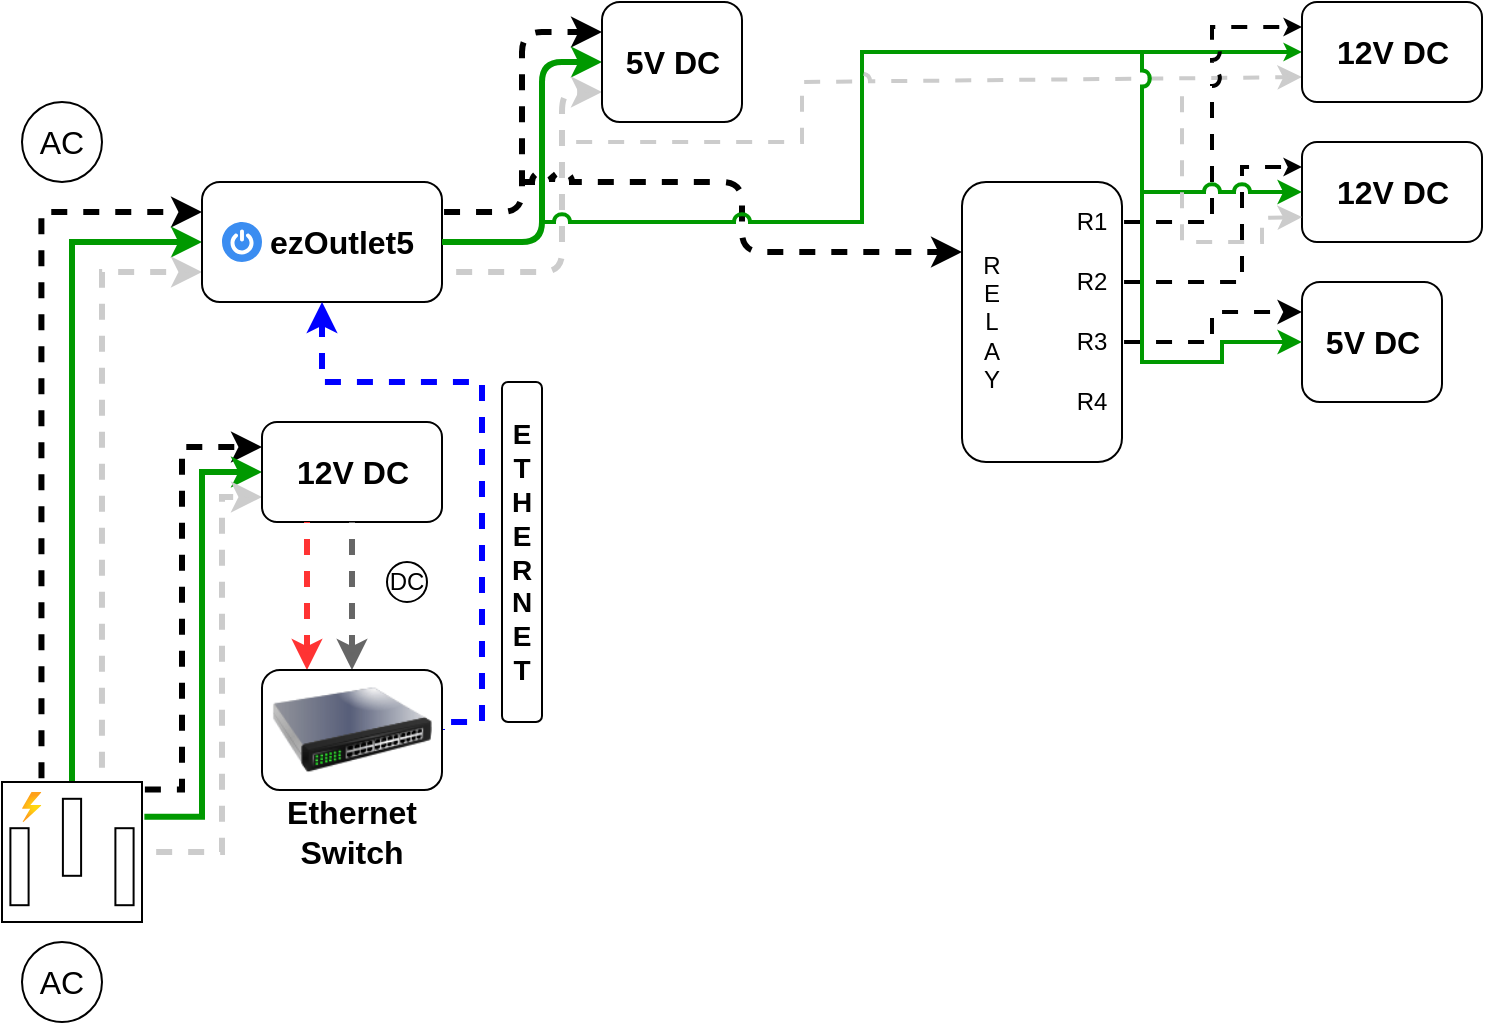
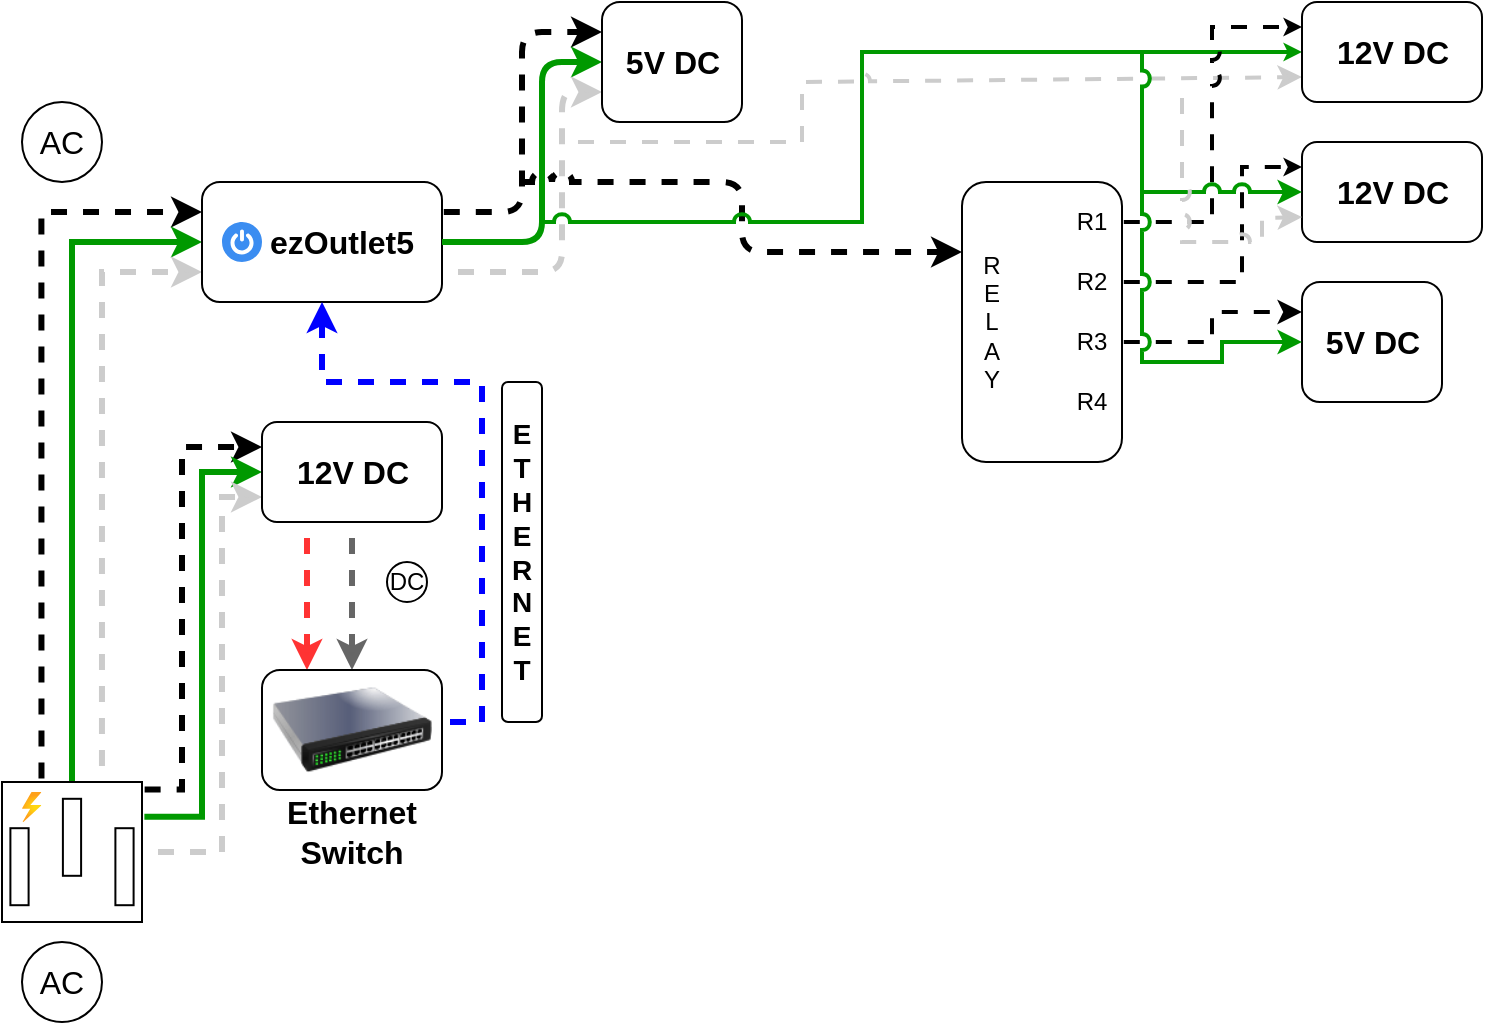
<mxfile host="app.diagrams.net" agent="Mozilla/5.0 (Windows NT 10.0; Win64; x64) AppleWebKit/537.36 (KHTML, like Gecko) Chrome/131.0.0.0 Safari/537.36 Edg/131.0.0.0" version="25.0.3">
  <diagram name="Page-1" id="VlRkN-xOVygPYa-iD9Ir">
    <mxGraphModel dx="420" dy="263" grid="1" gridSize="10" guides="1" tooltips="1" connect="1" arrows="1" fold="1" page="1" pageScale="1" pageWidth="1169" pageHeight="827" background="none" math="0" shadow="0">
      <root>
        <mxCell id="0" />
        <mxCell id="1" parent="0" />
        <mxCell id="JVLtuT8sySUBbFbLTn6r-3" style="edgeStyle=orthogonalEdgeStyle;rounded=0;orthogonalLoop=1;jettySize=auto;html=1;entryX=0;entryY=0.25;entryDx=0;entryDy=0;exitX=0.282;exitY=-0.013;exitDx=0;exitDy=0;exitPerimeter=0;strokeWidth=3;flowAnimation=1;flowAnimationDirection=alternate;flowAnimationTimingFunction=ease-in-out;flowAnimationDuration=1500;" edge="1" parent="1" source="pD8juBFKP1GN8B8eYQTb-1" target="pD8juBFKP1GN8B8eYQTb-3">
          <mxGeometry relative="1" as="geometry" />
        </mxCell>
        <mxCell id="JVLtuT8sySUBbFbLTn6r-4" style="edgeStyle=orthogonalEdgeStyle;rounded=0;orthogonalLoop=1;jettySize=auto;html=1;exitX=0.5;exitY=0;exitDx=0;exitDy=0;exitPerimeter=0;entryX=0;entryY=0.5;entryDx=0;entryDy=0;strokeColor=#009900;strokeWidth=3;" edge="1" parent="1" source="pD8juBFKP1GN8B8eYQTb-1" target="pD8juBFKP1GN8B8eYQTb-3">
          <mxGeometry relative="1" as="geometry" />
        </mxCell>
        <mxCell id="JVLtuT8sySUBbFbLTn6r-5" style="edgeStyle=orthogonalEdgeStyle;rounded=0;orthogonalLoop=1;jettySize=auto;html=1;entryX=0;entryY=0.75;entryDx=0;entryDy=0;exitX=0.714;exitY=0;exitDx=0;exitDy=0;exitPerimeter=0;strokeWidth=3;strokeColor=#CCCCCC;flowAnimation=1;flowAnimationDirection=alternate-reverse;flowAnimationTimingFunction=ease-in-out;" edge="1" parent="1" source="pD8juBFKP1GN8B8eYQTb-1" target="pD8juBFKP1GN8B8eYQTb-3">
          <mxGeometry relative="1" as="geometry">
            <mxPoint x="120" y="320" as="targetPoint" />
          </mxGeometry>
        </mxCell>
        <mxCell id="JVLtuT8sySUBbFbLTn6r-6" style="edgeStyle=orthogonalEdgeStyle;rounded=0;orthogonalLoop=1;jettySize=auto;html=1;entryX=0;entryY=0.25;entryDx=0;entryDy=0;exitX=1.006;exitY=0.054;exitDx=0;exitDy=0;exitPerimeter=0;strokeWidth=3;flowAnimation=1;flowAnimationDirection=alternate;flowAnimationTimingFunction=ease-in-out;flowAnimationDuration=1500;" edge="1" parent="1" source="pD8juBFKP1GN8B8eYQTb-1" target="pD8juBFKP1GN8B8eYQTb-24">
          <mxGeometry relative="1" as="geometry">
            <Array as="points">
              <mxPoint x="120" y="404" />
              <mxPoint x="120" y="233" />
            </Array>
          </mxGeometry>
        </mxCell>
        <mxCell id="JVLtuT8sySUBbFbLTn6r-7" style="edgeStyle=orthogonalEdgeStyle;rounded=0;orthogonalLoop=1;jettySize=auto;html=1;entryX=0;entryY=0.5;entryDx=0;entryDy=0;exitX=1.017;exitY=0.249;exitDx=0;exitDy=0;exitPerimeter=0;strokeWidth=3;strokeColor=#009900;" edge="1" parent="1" source="pD8juBFKP1GN8B8eYQTb-1" target="pD8juBFKP1GN8B8eYQTb-24">
          <mxGeometry relative="1" as="geometry" />
        </mxCell>
        <mxCell id="JVLtuT8sySUBbFbLTn6r-8" style="edgeStyle=orthogonalEdgeStyle;rounded=0;orthogonalLoop=1;jettySize=auto;html=1;entryX=0;entryY=0.75;entryDx=0;entryDy=0;strokeColor=#CCCCCC;strokeWidth=3;flowAnimation=1;flowAnimationDirection=alternate-reverse;flowAnimationTimingFunction=ease-in-out;" edge="1" parent="1" source="pD8juBFKP1GN8B8eYQTb-1" target="pD8juBFKP1GN8B8eYQTb-24">
          <mxGeometry relative="1" as="geometry">
            <Array as="points">
              <mxPoint x="140" y="435" />
              <mxPoint x="140" y="258" />
            </Array>
          </mxGeometry>
        </mxCell>
        <mxCell id="JVLtuT8sySUBbFbLTn6r-1" value="" style="group" vertex="1" connectable="0" parent="1">
          <mxGeometry x="30" y="480" width="60" height="40" as="geometry" />
        </mxCell>
        <mxCell id="pD8juBFKP1GN8B8eYQTb-22" value="AC" style="text;html=1;align=center;verticalAlign=middle;whiteSpace=wrap;rounded=0;fontSize=16;" parent="JVLtuT8sySUBbFbLTn6r-1" vertex="1">
          <mxGeometry y="5" width="60" height="30" as="geometry" />
        </mxCell>
        <mxCell id="pD8juBFKP1GN8B8eYQTb-23" value="" style="ellipse;whiteSpace=wrap;html=1;fillColor=none;" parent="JVLtuT8sySUBbFbLTn6r-1" vertex="1">
          <mxGeometry x="10" width="40" height="40" as="geometry" />
        </mxCell>
        <mxCell id="JVLtuT8sySUBbFbLTn6r-2" value="" style="group" vertex="1" connectable="0" parent="1">
          <mxGeometry x="30" y="60" width="60" height="40" as="geometry" />
        </mxCell>
        <mxCell id="pD8juBFKP1GN8B8eYQTb-9" value="" style="ellipse;whiteSpace=wrap;html=1;fillColor=none;" parent="JVLtuT8sySUBbFbLTn6r-2" vertex="1">
          <mxGeometry x="10" width="40" height="40" as="geometry" />
        </mxCell>
        <mxCell id="pD8juBFKP1GN8B8eYQTb-11" value="AC" style="text;html=1;align=center;verticalAlign=middle;whiteSpace=wrap;rounded=0;fontSize=16;" parent="JVLtuT8sySUBbFbLTn6r-2" vertex="1">
          <mxGeometry y="5" width="60" height="30" as="geometry" />
        </mxCell>
        <mxCell id="JVLtuT8sySUBbFbLTn6r-9" value="" style="group" vertex="1" connectable="0" parent="1">
          <mxGeometry x="130" y="100" width="120" height="60" as="geometry" />
        </mxCell>
        <mxCell id="JVLtuT8sySUBbFbLTn6r-16" value="" style="group" vertex="1" connectable="0" parent="JVLtuT8sySUBbFbLTn6r-9">
          <mxGeometry width="120" height="60" as="geometry" />
        </mxCell>
        <mxCell id="pD8juBFKP1GN8B8eYQTb-3" value="" style="rounded=1;whiteSpace=wrap;html=1;" parent="JVLtuT8sySUBbFbLTn6r-16" vertex="1">
          <mxGeometry width="120" height="60" as="geometry" />
        </mxCell>
        <mxCell id="JVLtuT8sySUBbFbLTn6r-13" value="" style="sketch=0;html=1;aspect=fixed;strokeColor=none;shadow=0;fillColor=#3B8DF1;verticalAlign=top;labelPosition=center;verticalLabelPosition=bottom;shape=mxgraph.gcp2.a7_power" vertex="1" parent="JVLtuT8sySUBbFbLTn6r-16">
          <mxGeometry x="10" y="20" width="20" height="20" as="geometry" />
        </mxCell>
        <mxCell id="pD8juBFKP1GN8B8eYQTb-15" value="&lt;b&gt;ezOutlet5&lt;/b&gt;" style="text;html=1;align=center;verticalAlign=middle;whiteSpace=wrap;rounded=0;fontSize=16;" parent="JVLtuT8sySUBbFbLTn6r-16" vertex="1">
          <mxGeometry x="40" y="10" width="60" height="40" as="geometry" />
        </mxCell>
        <mxCell id="JVLtuT8sySUBbFbLTn6r-11" value="" style="group" vertex="1" connectable="0" parent="1">
          <mxGeometry x="160" y="220" width="90" height="50" as="geometry" />
        </mxCell>
        <mxCell id="JVLtuT8sySUBbFbLTn6r-72" value="" style="group" vertex="1" connectable="0" parent="JVLtuT8sySUBbFbLTn6r-11">
          <mxGeometry width="90" height="50" as="geometry" />
        </mxCell>
        <mxCell id="pD8juBFKP1GN8B8eYQTb-24" value="" style="rounded=1;whiteSpace=wrap;html=1;" parent="JVLtuT8sySUBbFbLTn6r-72" vertex="1">
          <mxGeometry width="90" height="50" as="geometry" />
        </mxCell>
        <mxCell id="JVLtuT8sySUBbFbLTn6r-10" value="&lt;font style=&quot;font-size: 16px;&quot;&gt;&lt;b&gt;12V DC&lt;/b&gt;&lt;/font&gt;" style="text;html=1;align=center;verticalAlign=middle;whiteSpace=wrap;rounded=0;" vertex="1" parent="JVLtuT8sySUBbFbLTn6r-72">
          <mxGeometry x="15.75" y="10" width="58.5" height="30" as="geometry" />
        </mxCell>
        <mxCell id="JVLtuT8sySUBbFbLTn6r-18" value="" style="group" vertex="1" connectable="0" parent="1">
          <mxGeometry x="30" y="400" width="70" height="70" as="geometry" />
        </mxCell>
        <mxCell id="pD8juBFKP1GN8B8eYQTb-1" value="" style="pointerEvents=1;verticalLabelPosition=bottom;shadow=0;dashed=0;align=center;html=1;verticalAlign=top;shape=mxgraph.electrical.miscellaneous.ac_out" parent="JVLtuT8sySUBbFbLTn6r-18" vertex="1">
          <mxGeometry width="70" height="70" as="geometry" />
        </mxCell>
        <mxCell id="JVLtuT8sySUBbFbLTn6r-12" value="" style="image;aspect=fixed;html=1;points=[];align=center;fontSize=12;image=img/lib/azure2/general/Power.svg;" vertex="1" parent="JVLtuT8sySUBbFbLTn6r-18">
          <mxGeometry x="10" y="5" width="9.72" height="15" as="geometry" />
        </mxCell>
        <mxCell id="JVLtuT8sySUBbFbLTn6r-23" style="edgeStyle=orthogonalEdgeStyle;rounded=0;orthogonalLoop=1;jettySize=auto;html=1;entryX=0.25;entryY=0;entryDx=0;entryDy=0;exitX=0.25;exitY=1;exitDx=0;exitDy=0;strokeColor=#FF3333;strokeWidth=3;flowAnimation=1;" edge="1" parent="1" source="pD8juBFKP1GN8B8eYQTb-24" target="JVLtuT8sySUBbFbLTn6r-19">
          <mxGeometry relative="1" as="geometry" />
        </mxCell>
        <mxCell id="JVLtuT8sySUBbFbLTn6r-28" value="" style="group" vertex="1" connectable="0" parent="1">
          <mxGeometry x="220" y="290" width="25" height="20" as="geometry" />
        </mxCell>
        <mxCell id="JVLtuT8sySUBbFbLTn6r-26" value="" style="ellipse;whiteSpace=wrap;html=1;aspect=fixed;" vertex="1" parent="JVLtuT8sySUBbFbLTn6r-28">
          <mxGeometry x="2.5" width="20" height="20" as="geometry" />
        </mxCell>
        <mxCell id="JVLtuT8sySUBbFbLTn6r-27" value="&lt;font&gt;DC&lt;/font&gt;" style="text;html=1;align=center;verticalAlign=middle;whiteSpace=wrap;rounded=0;" vertex="1" parent="JVLtuT8sySUBbFbLTn6r-28">
          <mxGeometry y="2.5" width="25" height="15" as="geometry" />
        </mxCell>
        <mxCell id="JVLtuT8sySUBbFbLTn6r-29" style="edgeStyle=orthogonalEdgeStyle;rounded=0;orthogonalLoop=1;jettySize=auto;html=1;exitX=0.5;exitY=1;exitDx=0;exitDy=0;entryX=0.5;entryY=0;entryDx=0;entryDy=0;strokeWidth=3;flowAnimation=1;strokeColor=#666666;" edge="1" parent="1" source="pD8juBFKP1GN8B8eYQTb-24" target="JVLtuT8sySUBbFbLTn6r-19">
          <mxGeometry relative="1" as="geometry" />
        </mxCell>
        <mxCell id="JVLtuT8sySUBbFbLTn6r-30" style="edgeStyle=orthogonalEdgeStyle;rounded=0;orthogonalLoop=1;jettySize=auto;html=1;exitX=1;exitY=0.5;exitDx=0;exitDy=0;entryX=0.5;entryY=1;entryDx=0;entryDy=0;strokeColor=#0000FF;strokeWidth=3;flowAnimation=1;" edge="1" parent="1" source="JVLtuT8sySUBbFbLTn6r-19" target="pD8juBFKP1GN8B8eYQTb-3">
          <mxGeometry relative="1" as="geometry">
            <Array as="points">
              <mxPoint x="270" y="370" />
              <mxPoint x="270" y="200" />
              <mxPoint x="190" y="200" />
            </Array>
          </mxGeometry>
        </mxCell>
        <mxCell id="JVLtuT8sySUBbFbLTn6r-31" value="" style="rounded=1;whiteSpace=wrap;html=1;" vertex="1" parent="1">
          <mxGeometry x="280" y="200" width="20" height="170" as="geometry" />
        </mxCell>
        <mxCell id="JVLtuT8sySUBbFbLTn6r-32" value="&lt;b&gt;&lt;font style=&quot;font-size: 14px;&quot;&gt;E&lt;/font&gt;&lt;/b&gt;&lt;div&gt;&lt;b&gt;&lt;font style=&quot;font-size: 14px;&quot;&gt;T&lt;/font&gt;&lt;/b&gt;&lt;/div&gt;&lt;div&gt;&lt;b&gt;&lt;font style=&quot;font-size: 14px;&quot;&gt;H&lt;/font&gt;&lt;/b&gt;&lt;/div&gt;&lt;div&gt;&lt;b&gt;&lt;font style=&quot;font-size: 14px;&quot;&gt;E&lt;/font&gt;&lt;/b&gt;&lt;/div&gt;&lt;div&gt;&lt;b&gt;&lt;font style=&quot;font-size: 14px;&quot;&gt;R&lt;/font&gt;&lt;/b&gt;&lt;/div&gt;&lt;div&gt;&lt;b&gt;&lt;font style=&quot;font-size: 14px;&quot;&gt;N&lt;/font&gt;&lt;/b&gt;&lt;/div&gt;&lt;div&gt;&lt;b&gt;&lt;font style=&quot;font-size: 14px;&quot;&gt;E&lt;/font&gt;&lt;/b&gt;&lt;/div&gt;&lt;div&gt;&lt;b&gt;&lt;font style=&quot;font-size: 14px;&quot;&gt;T&lt;/font&gt;&lt;/b&gt;&lt;/div&gt;" style="text;html=1;align=center;verticalAlign=middle;whiteSpace=wrap;rounded=0;" vertex="1" parent="1">
          <mxGeometry x="275" y="180" width="30" height="210" as="geometry" />
        </mxCell>
        <mxCell id="JVLtuT8sySUBbFbLTn6r-33" value="" style="rounded=1;whiteSpace=wrap;html=1;" vertex="1" parent="1">
          <mxGeometry x="510" y="100" width="80" height="140" as="geometry" />
        </mxCell>
        <mxCell id="JVLtuT8sySUBbFbLTn6r-35" style="edgeStyle=orthogonalEdgeStyle;rounded=1;orthogonalLoop=1;jettySize=auto;html=1;exitX=1;exitY=0.25;exitDx=0;exitDy=0;entryX=0;entryY=0.25;entryDx=0;entryDy=0;curved=0;strokeWidth=3;flowAnimation=1;flowAnimationDirection=alternate;flowAnimationTimingFunction=ease-in-out;flowAnimationDuration=1500;" edge="1" parent="1" source="pD8juBFKP1GN8B8eYQTb-3" target="JVLtuT8sySUBbFbLTn6r-34">
          <mxGeometry relative="1" as="geometry" />
        </mxCell>
        <mxCell id="JVLtuT8sySUBbFbLTn6r-36" style="edgeStyle=orthogonalEdgeStyle;rounded=1;orthogonalLoop=1;jettySize=auto;html=1;exitX=1;exitY=0.5;exitDx=0;exitDy=0;entryX=0;entryY=0.5;entryDx=0;entryDy=0;curved=0;strokeWidth=3;strokeColor=#009900;" edge="1" parent="1" source="pD8juBFKP1GN8B8eYQTb-3" target="JVLtuT8sySUBbFbLTn6r-34">
          <mxGeometry relative="1" as="geometry">
            <Array as="points">
              <mxPoint x="300" y="130" />
              <mxPoint x="300" y="40" />
            </Array>
          </mxGeometry>
        </mxCell>
        <mxCell id="JVLtuT8sySUBbFbLTn6r-37" style="edgeStyle=orthogonalEdgeStyle;rounded=1;orthogonalLoop=1;jettySize=auto;html=1;exitX=1;exitY=0.75;exitDx=0;exitDy=0;entryX=0;entryY=0.75;entryDx=0;entryDy=0;curved=0;strokeColor=#CCCCCC;strokeWidth=3;flowAnimation=1;flowAnimationDirection=alternate-reverse;flowAnimationTimingFunction=ease-in-out;" edge="1" parent="1" source="pD8juBFKP1GN8B8eYQTb-3" target="JVLtuT8sySUBbFbLTn6r-34">
          <mxGeometry relative="1" as="geometry">
            <Array as="points">
              <mxPoint x="310" y="145" />
              <mxPoint x="310" y="55" />
            </Array>
          </mxGeometry>
        </mxCell>
        <mxCell id="JVLtuT8sySUBbFbLTn6r-40" value="" style="endArrow=classic;html=1;rounded=1;curved=0;entryX=0;entryY=0.25;entryDx=0;entryDy=0;jumpStyle=arc;strokeWidth=3;flowAnimation=1;flowAnimationDirection=alternate;flowAnimationTimingFunction=ease-in-out;flowAnimationDuration=1500;" edge="1" parent="1" target="JVLtuT8sySUBbFbLTn6r-33">
          <mxGeometry width="50" height="50" relative="1" as="geometry">
            <mxPoint x="290" y="100" as="sourcePoint" />
            <mxPoint x="410" y="170" as="targetPoint" />
            <Array as="points">
              <mxPoint x="400" y="100" />
              <mxPoint x="400" y="135" />
            </Array>
          </mxGeometry>
        </mxCell>
        <mxCell id="JVLtuT8sySUBbFbLTn6r-51" value="" style="group" vertex="1" connectable="0" parent="1">
          <mxGeometry x="160" y="344" width="90" height="96" as="geometry" />
        </mxCell>
        <mxCell id="JVLtuT8sySUBbFbLTn6r-21" value="" style="group" vertex="1" connectable="0" parent="JVLtuT8sySUBbFbLTn6r-51">
          <mxGeometry width="90" height="70" as="geometry" />
        </mxCell>
        <mxCell id="JVLtuT8sySUBbFbLTn6r-50" value="" style="group" vertex="1" connectable="0" parent="JVLtuT8sySUBbFbLTn6r-21">
          <mxGeometry width="90" height="70" as="geometry" />
        </mxCell>
        <mxCell id="JVLtuT8sySUBbFbLTn6r-19" value="" style="rounded=1;whiteSpace=wrap;html=1;" vertex="1" parent="JVLtuT8sySUBbFbLTn6r-50">
          <mxGeometry width="90" height="60" as="geometry" />
        </mxCell>
        <mxCell id="JVLtuT8sySUBbFbLTn6r-49" value="" style="image;html=1;image=img/lib/clip_art/networking/Switch_128x128.png" vertex="1" parent="JVLtuT8sySUBbFbLTn6r-50">
          <mxGeometry x="5" y="-10" width="80" height="80" as="geometry" />
        </mxCell>
        <mxCell id="JVLtuT8sySUBbFbLTn6r-20" value="&lt;b&gt;&lt;font style=&quot;font-size: 16px;&quot;&gt;Ethernet&lt;/font&gt;&lt;/b&gt;&lt;div&gt;&lt;b&gt;&lt;font style=&quot;font-size: 16px;&quot;&gt;Switch&lt;/font&gt;&lt;/b&gt;&lt;/div&gt;" style="text;html=1;align=center;verticalAlign=middle;whiteSpace=wrap;rounded=0;" vertex="1" parent="JVLtuT8sySUBbFbLTn6r-51">
          <mxGeometry x="15" y="66" width="60" height="30" as="geometry" />
        </mxCell>
        <mxCell id="JVLtuT8sySUBbFbLTn6r-53" value="" style="group" vertex="1" connectable="0" parent="1">
          <mxGeometry x="330" y="10" width="70" height="60" as="geometry" />
        </mxCell>
        <mxCell id="JVLtuT8sySUBbFbLTn6r-71" value="" style="group" vertex="1" connectable="0" parent="JVLtuT8sySUBbFbLTn6r-53">
          <mxGeometry width="70" height="60" as="geometry" />
        </mxCell>
        <mxCell id="JVLtuT8sySUBbFbLTn6r-34" value="" style="rounded=1;whiteSpace=wrap;html=1;" vertex="1" parent="JVLtuT8sySUBbFbLTn6r-71">
          <mxGeometry width="70" height="60" as="geometry" />
        </mxCell>
        <mxCell id="JVLtuT8sySUBbFbLTn6r-52" value="&lt;font style=&quot;font-size: 16px;&quot;&gt;&lt;b&gt;5&lt;/b&gt;&lt;/font&gt;&lt;b style=&quot;font-size: 16px; background-color: initial;&quot;&gt;V DC&lt;/b&gt;" style="text;html=1;align=center;verticalAlign=middle;whiteSpace=wrap;rounded=0;" vertex="1" parent="JVLtuT8sySUBbFbLTn6r-71">
          <mxGeometry x="5.75" y="15" width="58.5" height="30" as="geometry" />
        </mxCell>
        <mxCell id="JVLtuT8sySUBbFbLTn6r-54" value="" style="endArrow=classic;html=1;rounded=0;entryX=0;entryY=0.5;entryDx=0;entryDy=0;jumpStyle=arc;strokeColor=#009900;strokeWidth=2;endSize=3;" edge="1" parent="1" target="JVLtuT8sySUBbFbLTn6r-74">
          <mxGeometry width="50" height="50" relative="1" as="geometry">
            <mxPoint x="300" y="120" as="sourcePoint" />
            <mxPoint x="350" y="80" as="targetPoint" />
            <Array as="points">
              <mxPoint x="460" y="120" />
              <mxPoint x="460" y="35" />
            </Array>
          </mxGeometry>
        </mxCell>
        <mxCell id="JVLtuT8sySUBbFbLTn6r-55" value="" style="endArrow=classic;html=1;rounded=0;entryX=0;entryY=0.75;entryDx=0;entryDy=0;strokeColor=#CCCCCC;strokeWidth=2;jumpStyle=arc;flowAnimation=1;flowAnimationDirection=alternate-reverse;flowAnimationTimingFunction=ease-in-out;" edge="1" parent="1" target="JVLtuT8sySUBbFbLTn6r-74">
          <mxGeometry width="50" height="50" relative="1" as="geometry">
            <mxPoint x="310" y="80" as="sourcePoint" />
            <mxPoint x="350" y="140" as="targetPoint" />
            <Array as="points">
              <mxPoint x="430" y="80" />
              <mxPoint x="430" y="50" />
              <mxPoint x="520" y="50" />
            </Array>
          </mxGeometry>
        </mxCell>
        <mxCell id="JVLtuT8sySUBbFbLTn6r-56" value="R&lt;div&gt;E&lt;/div&gt;&lt;div&gt;L&lt;/div&gt;&lt;div&gt;A&lt;/div&gt;&lt;div&gt;Y&lt;/div&gt;" style="text;html=1;align=center;verticalAlign=middle;whiteSpace=wrap;rounded=0;" vertex="1" parent="1">
          <mxGeometry x="510" y="135" width="30" height="70" as="geometry" />
        </mxCell>
        <mxCell id="JVLtuT8sySUBbFbLTn6r-79" style="edgeStyle=orthogonalEdgeStyle;rounded=0;orthogonalLoop=1;jettySize=auto;html=1;exitX=1;exitY=0.5;exitDx=0;exitDy=0;entryX=0;entryY=0.25;entryDx=0;entryDy=0;strokeWidth=2;flowAnimation=1;flowAnimationDirection=alternate;flowAnimationTimingFunction=ease-in-out;flowAnimationDuration=1500;jumpStyle=arc;endSize=3;" edge="1" parent="1" source="JVLtuT8sySUBbFbLTn6r-57" target="JVLtuT8sySUBbFbLTn6r-74">
          <mxGeometry relative="1" as="geometry" />
        </mxCell>
        <mxCell id="JVLtuT8sySUBbFbLTn6r-57" value="R1" style="text;html=1;align=center;verticalAlign=middle;whiteSpace=wrap;rounded=0;" vertex="1" parent="1">
          <mxGeometry x="560" y="105" width="30" height="30" as="geometry" />
        </mxCell>
-         <mxCell id="JVLtuT8sySUBbFbLTn6r-80" style="edgeStyle=orthogonalEdgeStyle;rounded=0;orthogonalLoop=1;jettySize=auto;html=1;exitX=1;exitY=0.5;exitDx=0;exitDy=0;entryX=0;entryY=0.25;entryDx=0;entryDy=0;strokeWidth=2;flowAnimation=1;flowAnimationDirection=alternate;flowAnimationTimingFunction=ease-in-out;flowAnimationDuration=1500;endSize=3;" edge="1" parent="1" source="JVLtuT8sySUBbFbLTn6r-58" target="JVLtuT8sySUBbFbLTn6r-77">
+         <mxCell id="JVLtuT8sySUBbFbLTn6r-80" style="edgeStyle=orthogonalEdgeStyle;rounded=0;orthogonalLoop=1;jettySize=auto;html=1;exitX=1;exitY=0.5;exitDx=0;exitDy=0;entryX=0;entryY=0.25;entryDx=0;entryDy=0;strokeWidth=2;flowAnimation=1;flowAnimationDirection=alternate;flowAnimationTimingFunction=ease-in-out;flowAnimationDuration=1500;endSize=3;jumpStyle=arc;" edge="1" parent="1" source="JVLtuT8sySUBbFbLTn6r-58" target="JVLtuT8sySUBbFbLTn6r-77">
          <mxGeometry relative="1" as="geometry">
            <Array as="points">
              <mxPoint x="650" y="150" />
              <mxPoint x="650" y="93" />
            </Array>
          </mxGeometry>
        </mxCell>
        <mxCell id="JVLtuT8sySUBbFbLTn6r-58" value="R2" style="text;html=1;align=center;verticalAlign=middle;whiteSpace=wrap;rounded=0;" vertex="1" parent="1">
          <mxGeometry x="560" y="135" width="30" height="30" as="geometry" />
        </mxCell>
-         <mxCell id="JVLtuT8sySUBbFbLTn6r-81" style="edgeStyle=orthogonalEdgeStyle;rounded=0;orthogonalLoop=1;jettySize=auto;html=1;exitX=1;exitY=0.5;exitDx=0;exitDy=0;entryX=0;entryY=0.25;entryDx=0;entryDy=0;strokeWidth=2;flowAnimation=1;flowAnimationDirection=alternate;flowAnimationTimingFunction=ease-in-out;flowAnimationDuration=1500;" edge="1" parent="1" source="JVLtuT8sySUBbFbLTn6r-59" target="JVLtuT8sySUBbFbLTn6r-63">
+         <mxCell id="JVLtuT8sySUBbFbLTn6r-81" style="edgeStyle=orthogonalEdgeStyle;rounded=0;orthogonalLoop=1;jettySize=auto;html=1;exitX=1;exitY=0.5;exitDx=0;exitDy=0;entryX=0;entryY=0.25;entryDx=0;entryDy=0;strokeWidth=2;flowAnimation=1;flowAnimationDirection=alternate;flowAnimationTimingFunction=ease-in-out;flowAnimationDuration=1500;jumpStyle=arc;" edge="1" parent="1" source="JVLtuT8sySUBbFbLTn6r-59" target="JVLtuT8sySUBbFbLTn6r-63">
          <mxGeometry relative="1" as="geometry" />
        </mxCell>
        <mxCell id="JVLtuT8sySUBbFbLTn6r-59" value="R3" style="text;html=1;align=center;verticalAlign=middle;whiteSpace=wrap;rounded=0;" vertex="1" parent="1">
          <mxGeometry x="560" y="165" width="30" height="30" as="geometry" />
        </mxCell>
        <mxCell id="JVLtuT8sySUBbFbLTn6r-60" value="R4" style="text;html=1;align=center;verticalAlign=middle;whiteSpace=wrap;rounded=0;" vertex="1" parent="1">
          <mxGeometry x="560" y="195" width="30" height="30" as="geometry" />
        </mxCell>
        <mxCell id="JVLtuT8sySUBbFbLTn6r-67" value="" style="group" vertex="1" connectable="0" parent="1">
          <mxGeometry x="680" y="150" width="70" height="60" as="geometry" />
        </mxCell>
        <mxCell id="JVLtuT8sySUBbFbLTn6r-63" value="" style="rounded=1;whiteSpace=wrap;html=1;" vertex="1" parent="JVLtuT8sySUBbFbLTn6r-67">
          <mxGeometry width="70" height="60" as="geometry" />
        </mxCell>
        <mxCell id="JVLtuT8sySUBbFbLTn6r-62" value="" style="group" vertex="1" connectable="0" parent="JVLtuT8sySUBbFbLTn6r-67">
          <mxGeometry width="70" height="60" as="geometry" />
        </mxCell>
        <mxCell id="JVLtuT8sySUBbFbLTn6r-64" value="&lt;font style=&quot;font-size: 16px;&quot;&gt;&lt;b&gt;5&lt;/b&gt;&lt;/font&gt;&lt;b style=&quot;font-size: 16px; background-color: initial;&quot;&gt;V DC&lt;/b&gt;" style="text;html=1;align=center;verticalAlign=middle;whiteSpace=wrap;rounded=0;" vertex="1" parent="JVLtuT8sySUBbFbLTn6r-62">
          <mxGeometry x="5.75" y="15" width="58.5" height="30" as="geometry" />
        </mxCell>
        <mxCell id="JVLtuT8sySUBbFbLTn6r-73" value="" style="group" vertex="1" connectable="0" parent="1">
          <mxGeometry x="680" y="10" width="90" height="50" as="geometry" />
        </mxCell>
        <mxCell id="JVLtuT8sySUBbFbLTn6r-74" value="" style="rounded=1;whiteSpace=wrap;html=1;" vertex="1" parent="JVLtuT8sySUBbFbLTn6r-73">
          <mxGeometry width="90" height="50" as="geometry" />
        </mxCell>
        <mxCell id="JVLtuT8sySUBbFbLTn6r-75" value="&lt;font style=&quot;font-size: 16px;&quot;&gt;&lt;b&gt;12V DC&lt;/b&gt;&lt;/font&gt;" style="text;html=1;align=center;verticalAlign=middle;whiteSpace=wrap;rounded=0;" vertex="1" parent="JVLtuT8sySUBbFbLTn6r-73">
          <mxGeometry x="15.75" y="10" width="58.5" height="30" as="geometry" />
        </mxCell>
        <mxCell id="JVLtuT8sySUBbFbLTn6r-76" value="" style="group" vertex="1" connectable="0" parent="1">
          <mxGeometry x="680" y="80" width="90" height="50" as="geometry" />
        </mxCell>
        <mxCell id="JVLtuT8sySUBbFbLTn6r-77" value="" style="rounded=1;whiteSpace=wrap;html=1;" vertex="1" parent="JVLtuT8sySUBbFbLTn6r-76">
          <mxGeometry width="90" height="50" as="geometry" />
        </mxCell>
        <mxCell id="JVLtuT8sySUBbFbLTn6r-78" value="&lt;font style=&quot;font-size: 16px;&quot;&gt;&lt;b&gt;12V DC&lt;/b&gt;&lt;/font&gt;" style="text;html=1;align=center;verticalAlign=middle;whiteSpace=wrap;rounded=0;" vertex="1" parent="JVLtuT8sySUBbFbLTn6r-76">
          <mxGeometry x="15.75" y="10" width="58.5" height="30" as="geometry" />
        </mxCell>
        <mxCell id="JVLtuT8sySUBbFbLTn6r-82" value="" style="endArrow=classic;html=1;rounded=0;entryX=0;entryY=0.5;entryDx=0;entryDy=0;jumpStyle=arc;strokeColor=#009900;strokeWidth=2;" edge="1" parent="1" target="JVLtuT8sySUBbFbLTn6r-77">
          <mxGeometry width="50" height="50" relative="1" as="geometry">
            <mxPoint x="600" y="35" as="sourcePoint" />
            <mxPoint x="660" y="105" as="targetPoint" />
            <Array as="points">
              <mxPoint x="600" y="105" />
            </Array>
          </mxGeometry>
        </mxCell>
-         <mxCell id="JVLtuT8sySUBbFbLTn6r-83" value="" style="endArrow=classic;html=1;rounded=0;entryX=0;entryY=0.75;entryDx=0;entryDy=0;strokeWidth=2;strokeColor=#CCCCCC;flowAnimation=1;flowAnimationTimingFunction=ease-in-out;flowAnimationDirection=alternate-reverse;" edge="1" parent="1" target="JVLtuT8sySUBbFbLTn6r-77">
+         <mxCell id="JVLtuT8sySUBbFbLTn6r-83" value="" style="endArrow=classic;html=1;rounded=0;entryX=0;entryY=0.75;entryDx=0;entryDy=0;strokeWidth=2;strokeColor=#CCCCCC;flowAnimation=1;flowAnimationTimingFunction=ease-in-out;flowAnimationDirection=alternate-reverse;jumpStyle=arc;" edge="1" parent="1" target="JVLtuT8sySUBbFbLTn6r-77">
          <mxGeometry width="50" height="50" relative="1" as="geometry">
            <mxPoint x="620" y="50" as="sourcePoint" />
            <mxPoint x="480" y="40" as="targetPoint" />
            <Array as="points">
              <mxPoint x="620" y="130" />
              <mxPoint x="660" y="130" />
              <mxPoint x="660" y="118" />
            </Array>
          </mxGeometry>
        </mxCell>
-         <mxCell id="JVLtuT8sySUBbFbLTn6r-88" value="" style="endArrow=classic;html=1;rounded=0;entryX=0;entryY=0.5;entryDx=0;entryDy=0;strokeColor=#009900;strokeWidth=2;" edge="1" parent="1" target="JVLtuT8sySUBbFbLTn6r-63">
+         <mxCell id="JVLtuT8sySUBbFbLTn6r-88" value="" style="endArrow=classic;html=1;rounded=0;entryX=0;entryY=0.5;entryDx=0;entryDy=0;strokeColor=#009900;strokeWidth=2;jumpStyle=arc;" edge="1" parent="1" target="JVLtuT8sySUBbFbLTn6r-63">
          <mxGeometry width="50" height="50" relative="1" as="geometry">
            <mxPoint x="600" y="100" as="sourcePoint" />
            <mxPoint x="600" y="140" as="targetPoint" />
            <Array as="points">
              <mxPoint x="600" y="190" />
              <mxPoint x="640" y="190" />
              <mxPoint x="640" y="180" />
            </Array>
          </mxGeometry>
        </mxCell>
      </root>
    </mxGraphModel>
  </diagram>
</mxfile>
